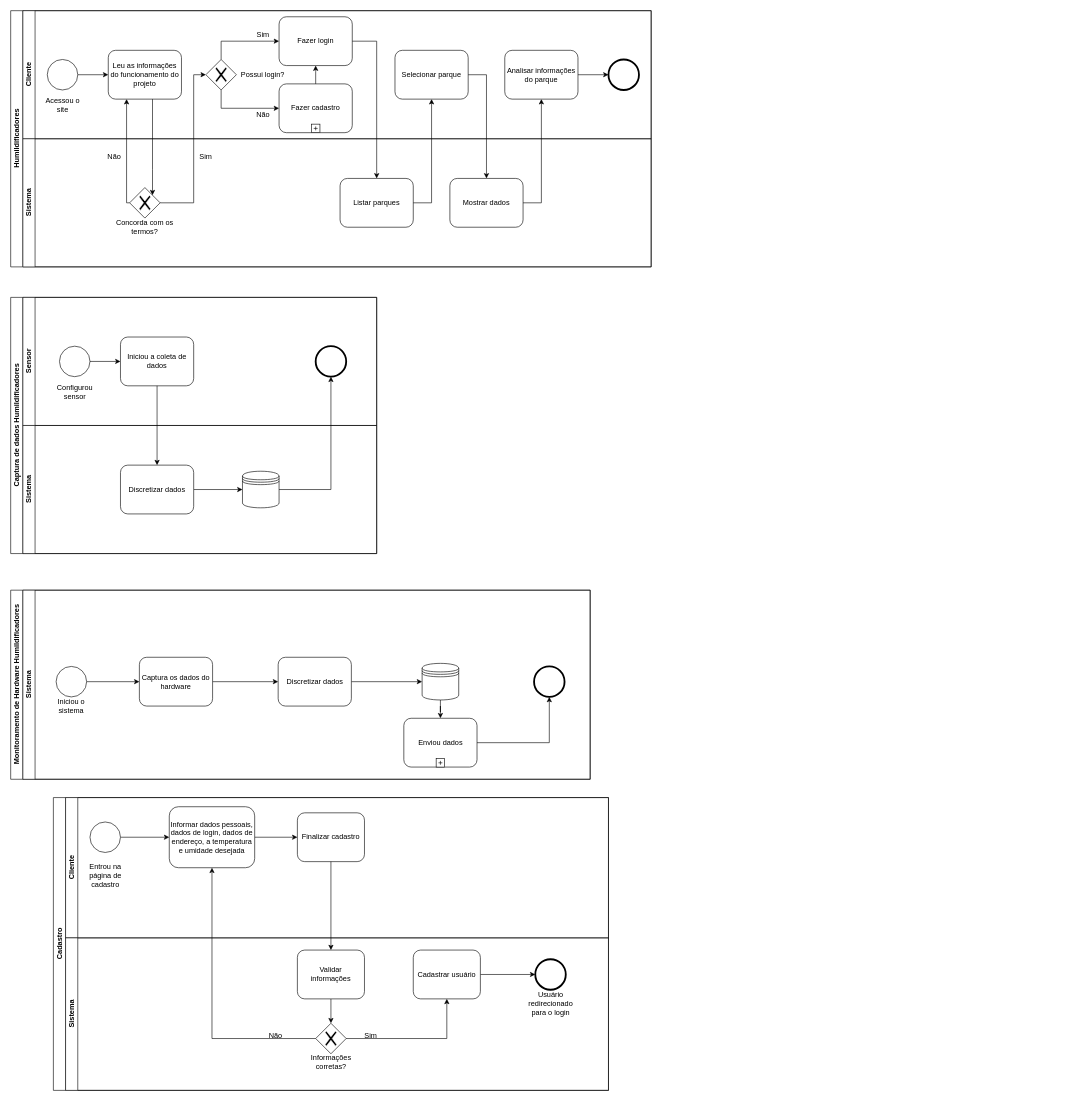
Before: Documentação/Contexto de projeto/BPMN - Humildificadores.drawio in BandTec/grupo-05-cco, a draw.io diagram. Source tidied: cells renumbered, new cells numbered last; positions are measured from the earlier drawing's top-left corner, leaving out a move shared by most shapes. Both pictures are drawn from the tidied source at 61%, with x=0, y=0 at pixel (10, 10).
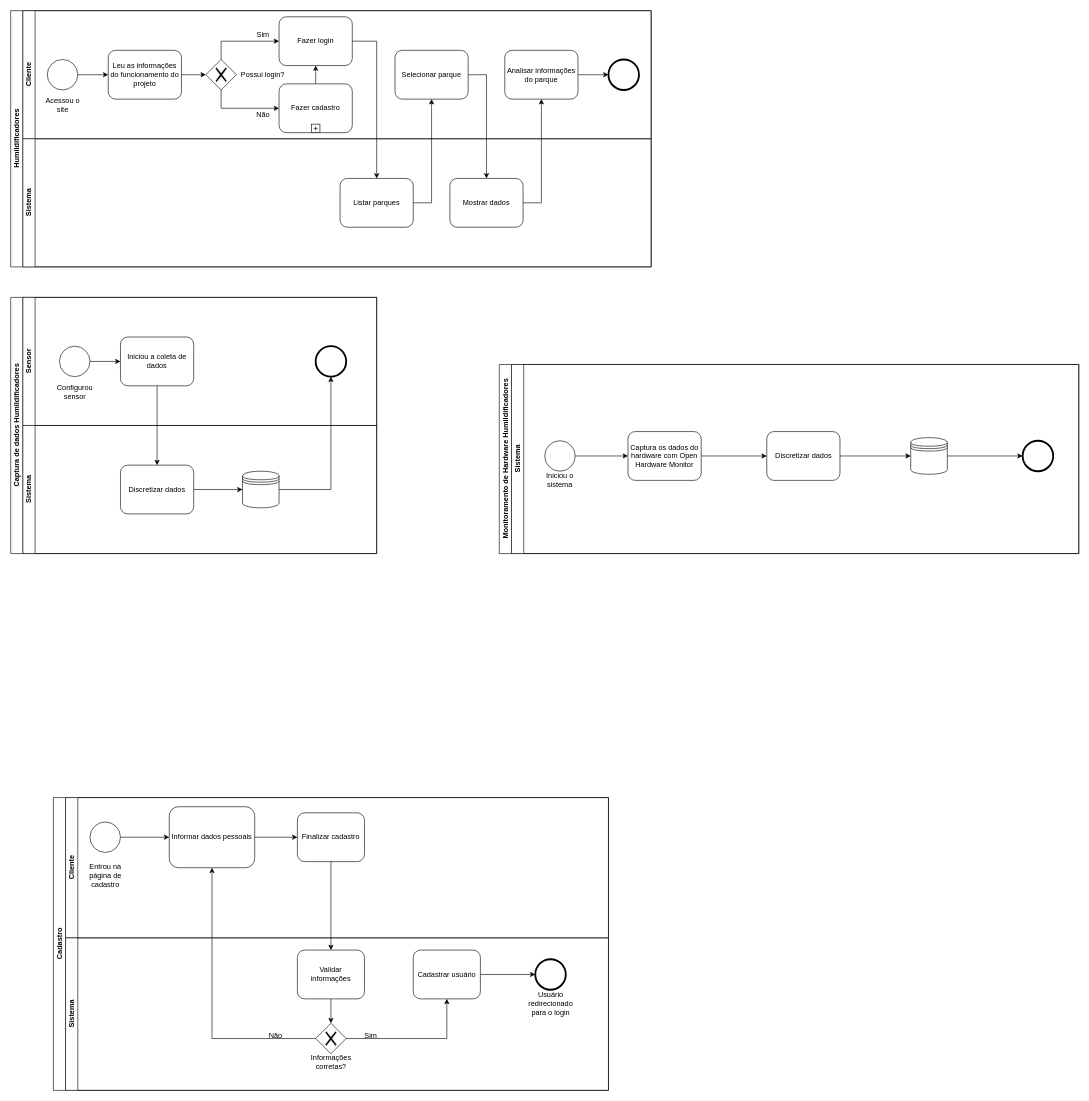
The same page after the edit.

Commit message (it also covers changes not shown here):
Slide de apresentação finalizado

The change refers to these unchanged cells:
```xml
<mxCell id="2" value="Humildificadores" style="swimlane;html=1;horizontal=0;startSize=20;" parent="1" vertex="1">
  <mxGeometry width="1050" height="420" as="geometry" />
</mxCell>
<mxCell id="3" value="Cliente" style="swimlane;html=1;startSize=20;horizontal=0;" parent="2" vertex="1">
  <mxGeometry x="20" width="1030" height="210" as="geometry" />
</mxCell>
<mxCell id="11" value="Leu as informações do funcionamento do projeto" style="shape=ext;rounded=1;html=1;whiteSpace=wrap;" parent="3" vertex="1">
  <mxGeometry x="140" y="65" width="120" height="80" as="geometry" />
</mxCell>
<mxCell id="21" style="shape=mxgraph.bpmn.shape;html=1;verticalLabelPosition=bottom;labelBackgroundColor=#ffffff;verticalAlign=top;align=center;perimeter=rhombusPerimeter;background=gateway;outlineConnect=0;outline=none;symbol=exclusiveGw;" parent="3" vertex="1">
  <mxGeometry x="300" y="80" width="50" height="50" as="geometry" />
</mxCell>
<mxCell id="22" value="Sistema" style="swimlane;html=1;startSize=20;horizontal=0;" parent="2" vertex="1">
  <mxGeometry x="20" y="210" width="1030" height="210" as="geometry" />
</mxCell>
<mxCell id="50" value="Sistema" style="swimlane;html=1;startSize=20;horizontal=0;" parent="49" vertex="1">
  <mxGeometry x="20" width="930" height="310" as="geometry" />
</mxCell>
<mxCell id="58" style="shape=datastore;whiteSpace=wrap;html=1;" parent="50" vertex="1">
  <mxGeometry x="654.5" y="120" width="60" height="60" as="geometry" />
</mxCell>
<mxCell id="59" style="shape=mxgraph.bpmn.shape;html=1;verticalLabelPosition=bottom;labelBackgroundColor=#ffffff;verticalAlign=top;align=center;perimeter=ellipsePerimeter;outlineConnect=0;outline=end;symbol=general;" parent="50" vertex="1">
  <mxGeometry x="838" y="125" width="50" height="50" as="geometry" />
</mxCell>
<mxCell id="65" value="Cliente" style="swimlane;html=1;startSize=20;horizontal=0;" parent="64" vertex="1">
  <mxGeometry x="20" width="890" height="230" as="geometry" />
</mxCell>
```

What changed in the source:
```diff
@@
+    <mxCell id="86" style="edgeStyle=orthogonalEdgeStyle;rounded=0;jettySize=auto;html=1;entryX=0;entryY=0.5;entryDx=0;entryDy=0;" parent="3" edge="1" source="11" target="21">
+      <mxGeometry relative="1" as="geometry" />
+    </mxCell>
@@
-    <mxCell id="23" value="Sim" style="text;html=1;strokeColor=none;fillColor=none;align=center;verticalAlign=middle;whiteSpace=wrap;rounded=0;" parent="22" vertex="1">
-      <mxGeometry x="280" y="20" width="40" height="20" as="geometry" />
-    </mxCell>
-    <mxCell id="24" value="Não" style="text;html=1;strokeColor=none;fillColor=none;align=center;verticalAlign=middle;whiteSpace=wrap;rounded=0;" parent="22" vertex="1">
-      <mxGeometry x="130" y="20" width="40" height="20" as="geometry" />
-    </mxCell>
@@
-    <mxCell id="27" style="shape=mxgraph.bpmn.shape;html=1;verticalLabelPosition=bottom;labelBackgroundColor=#ffffff;verticalAlign=top;align=center;perimeter=rhombusPerimeter;background=gateway;outlineConnect=0;outline=none;symbol=exclusiveGw;" parent="22" vertex="1">
-      <mxGeometry x="175" y="80" width="50" height="50" as="geometry" />
-    </mxCell>
-    <mxCell id="28" value="Concorda com os termos?" style="text;html=1;strokeColor=none;fillColor=none;align=center;verticalAlign=middle;whiteSpace=wrap;rounded=0;" parent="22" vertex="1">
-      <mxGeometry x="130" y="135" width="140" height="20" as="geometry" />
-    </mxCell>
-    <mxCell id="29" style="edgeStyle=orthogonalEdgeStyle;rounded=0;jettySize=auto;html=1;entryX=0.75;entryY=0.25;entryDx=0;entryDy=0;entryPerimeter=0;" parent="2" edge="1" source="11" target="27">
-      <mxGeometry relative="1" as="geometry">
-        <Array as="points">
-          <mxPoint x="233" y="260" />
-        </Array>
-      </mxGeometry>
-    </mxCell>
-    <mxCell id="30" style="edgeStyle=orthogonalEdgeStyle;rounded=0;jettySize=auto;html=1;entryX=0;entryY=0.5;entryDx=0;entryDy=0;" parent="2" edge="1" source="27" target="21">
-      <mxGeometry relative="1" as="geometry">
-        <Array as="points">
-          <mxPoint x="300" y="315" />
-          <mxPoint x="300" y="105" />
-        </Array>
-      </mxGeometry>
-    </mxCell>
-    <mxCell id="31" style="edgeStyle=orthogonalEdgeStyle;rounded=0;jettySize=auto;html=1;entryX=0.25;entryY=1;entryDx=0;entryDy=0;" parent="2" edge="1" source="27" target="11">
-      <mxGeometry relative="1" as="geometry">
-        <Array as="points">
-          <mxPoint x="190" y="315" />
-        </Array>
-      </mxGeometry>
-    </mxCell>
@@
     <mxCell id="49" value="Monitoramento de Hardware Humildificadores" style="swimlane;html=1;horizontal=0;startSize=20;" parent="1" vertex="1">
-      <mxGeometry y="950" width="950" height="310" as="geometry" />
+      <mxGeometry x="801" y="580" width="950" height="310" as="geometry" />
     </mxCell>
@@
-    <mxCell id="55" value="Captura os dados do hardware" style="shape=ext;rounded=1;html=1;whiteSpace=wrap;" parent="50" vertex="1">
+    <mxCell id="55" value="Captura os dados do hardware com Open Hardware Monitor" style="shape=ext;rounded=1;html=1;whiteSpace=wrap;" parent="50" vertex="1">
       <mxGeometry x="191" y="110" width="120" height="80" as="geometry" />
     </mxCell>
@@
-    <mxCell id="57" style="edgeStyle=orthogonalEdgeStyle;rounded=0;jettySize=auto;html=1;" parent="50" edge="1" source="58" target="62">
-      <mxGeometry relative="1" as="geometry" />
-    </mxCell>
+    <mxCell id="87" style="edgeStyle=orthogonalEdgeStyle;rounded=0;jettySize=auto;html=1;" parent="50" edge="1" source="58" target="59">
+      <mxGeometry relative="1" as="geometry" />
+    </mxCell>
@@
-    <mxCell id="61" style="edgeStyle=orthogonalEdgeStyle;rounded=0;jettySize=auto;html=1;entryX=0.5;entryY=1;entryDx=0;entryDy=0;" parent="50" edge="1" source="62" target="59">
-      <mxGeometry relative="1" as="geometry" />
-    </mxCell>
-    <mxCell id="62" value="Enviou dados" style="html=1;whiteSpace=wrap;rounded=1;" parent="50" vertex="1">
-      <mxGeometry x="624.5" y="210" width="120" height="80" as="geometry" />
-    </mxCell>
-    <mxCell id="63" style="html=1;shape=plus;" parent="62" vertex="1">
-      <mxGeometry x="0.5" y="1" width="14" height="14" relative="1" as="geometry">
-        <mxPoint x="-7" y="-14" as="offset" />
-      </mxGeometry>
-    </mxCell>
@@
-    <mxCell id="68" value="Informar dados pessoais, dados de login, dados de endereço, a temperatura e umidade desejada" style="shape=ext;rounded=1;html=1;whiteSpace=wrap;" parent="65" vertex="1">
+    <mxCell id="68" value="Informar dados pessoais" style="shape=ext;rounded=1;html=1;whiteSpace=wrap;" parent="65" vertex="1">
       <mxGeometry x="170" y="15" width="140" height="100" as="geometry" />
     </mxCell>
```
